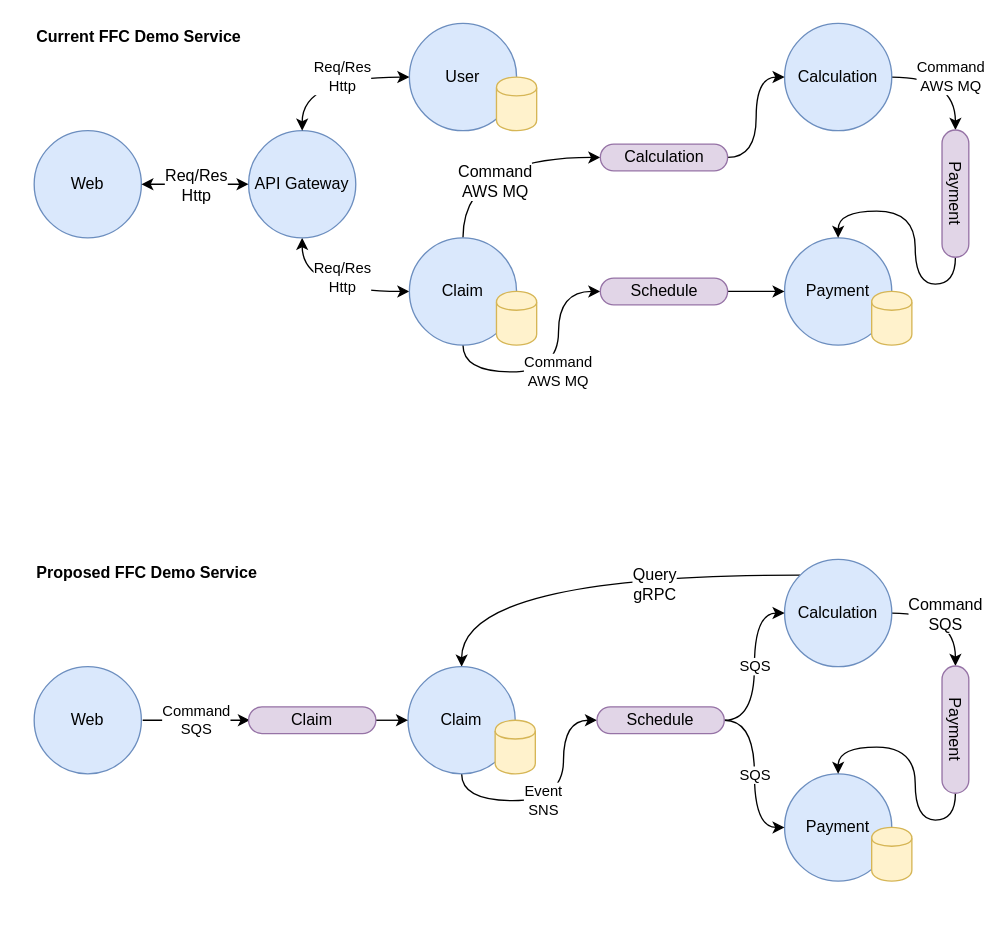
johnwatson484/diagrams keeps this draw.io diagram as FFC Demo Service.drawio. Above is the earlier version. Source tidied: cells renumbered, new cells numbered last; positions are measured from the earlier drawing's top-left corner, leaving out a move shared by most shapes. Both pictures are drawn from the tidied source at 134%, with x=0, y=0 at pixel (34, 23).
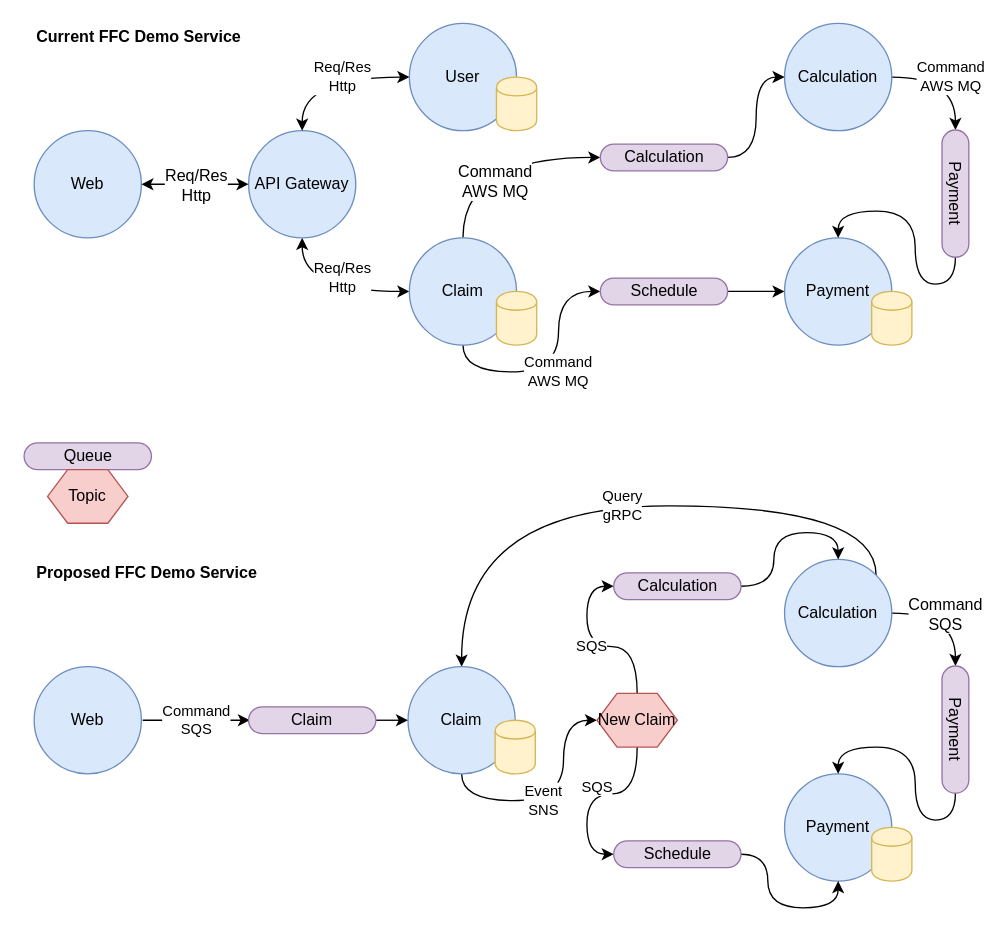
The same diagram, later.

The change refers to these unchanged cells:
```xml
<mxCell id="32" value="Calculation" style="ellipse;whiteSpace=wrap;html=1;fillColor=#dae8fc;strokeColor=#6c8ebf;" parent="1" vertex="1">
  <mxGeometry x="560" y="400" width="80" height="80" as="geometry" />
</mxCell>
<mxCell id="33" value="Payment" style="ellipse;whiteSpace=wrap;html=1;fillColor=#dae8fc;strokeColor=#6c8ebf;" parent="1" vertex="1">
  <mxGeometry x="560" y="560" width="80" height="80" as="geometry" />
</mxCell>
<mxCell id="35" value="Claim" style="ellipse;whiteSpace=wrap;html=1;fillColor=#dae8fc;strokeColor=#6c8ebf;" parent="1" vertex="1">
  <mxGeometry x="279" y="480" width="80" height="80" as="geometry" />
</mxCell>
```

Change to the diagram source:
```diff
@@
-    <mxCell id="30" style="edgeStyle=orthogonalEdgeStyle;curved=1;jumpStyle=arc;jettySize=auto;html=1;exitX=0;exitY=0;exitDx=0;exitDy=0;entryX=0.5;entryY=0;entryDx=0;entryDy=0;strokeColor=#000000;fontColor=#000000;" parent="1" edge="1" source="32" target="35">
-      <mxGeometry relative="1" as="geometry" />
-    </mxCell>
-    <mxCell id="31" value="Query&lt;br&gt;gRPC" style="text;html=1;align=center;verticalAlign=middle;labelBackgroundColor=#ffffff;fontColor=#000000;" parent="30" vertex="1">
-      <mxGeometry x="-0.32" y="7" relative="1" as="geometry" />
+    <mxCell id="31" value="Query&lt;br&gt;gRPC" style="edgeStyle=orthogonalEdgeStyle;curved=1;jettySize=auto;html=1;exitX=1;exitY=0;exitDx=0;exitDy=0;entryX=0.5;entryY=0;entryDx=0;entryDy=0;" parent="1" edge="1" source="32" target="35">
+      <mxGeometry relative="1" as="geometry">
+        <Array as="points">
+          <mxPoint x="628" y="360" />
+          <mxPoint x="319" y="360" />
+        </Array>
+      </mxGeometry>
     </mxCell>
@@
-    <mxCell id="34" value="Event&lt;br&gt;SNS" style="edgeStyle=orthogonalEdgeStyle;jumpStyle=arc;jettySize=auto;html=1;exitX=0.5;exitY=1;exitDx=0;exitDy=0;entryX=0;entryY=0.5;entryDx=0;entryDy=0;curved=1;" parent="1" edge="1" source="35" target="40">
+    <mxCell id="34" value="Event&lt;br&gt;SNS" style="edgeStyle=orthogonalEdgeStyle;jumpStyle=arc;jettySize=auto;html=1;exitX=0.5;exitY=1;exitDx=0;exitDy=0;entryX=0;entryY=0.5;entryDx=0;entryDy=0;curved=1;" parent="1" edge="1" source="35" target="48">
       <mxGeometry x="-0.1" relative="1" as="geometry">
         <Array as="points">
           <mxPoint x="319" y="580" />
           <mxPoint x="395" y="580" />
           <mxPoint x="395" y="520" />
         </Array>
       </mxGeometry>
     </mxCell>
@@
-    <mxCell id="38" value="SQS" style="edgeStyle=orthogonalEdgeStyle;jumpStyle=arc;jettySize=auto;html=1;exitX=1;exitY=0.5;exitDx=0;exitDy=0;curved=1;entryX=0;entryY=0.5;entryDx=0;entryDy=0;" parent="1" edge="1" source="40" target="33">
-      <mxGeometry relative="1" as="geometry" />
+    <mxCell id="38" value="SQS" style="edgeStyle=orthogonalEdgeStyle;jumpStyle=arc;jettySize=auto;html=1;exitX=0.5;exitY=1;exitDx=0;exitDy=0;curved=1;entryX=0;entryY=0.5;entryDx=0;entryDy=0;" parent="1" edge="1" source="48" target="40">
+      <mxGeometry x="-0.05" y="-5" relative="1" as="geometry" />
     </mxCell>
-    <mxCell id="39" value="SQS" style="edgeStyle=orthogonalEdgeStyle;curved=1;jumpStyle=arc;jettySize=auto;html=1;exitX=1;exitY=0.5;exitDx=0;exitDy=0;entryX=0;entryY=0.5;entryDx=0;entryDy=0;strokeColor=#000000;fontColor=#000000;" parent="1" edge="1" source="40" target="32">
+    <mxCell id="39" value="SQS" style="edgeStyle=orthogonalEdgeStyle;curved=1;jumpStyle=arc;jettySize=auto;html=1;exitX=0.5;exitY=0;exitDx=0;exitDy=0;entryX=0;entryY=0.5;entryDx=0;entryDy=0;strokeColor=#000000;fontColor=#000000;" parent="1" edge="1" source="48" target="51">
       <mxGeometry relative="1" as="geometry" />
     </mxCell>
+    <mxCell id="46" style="edgeStyle=orthogonalEdgeStyle;jettySize=auto;html=1;exitX=1;exitY=0.5;exitDx=0;exitDy=0;entryX=0.5;entryY=1;entryDx=0;entryDy=0;curved=1;" parent="1" edge="1" source="40" target="33">
+      <mxGeometry relative="1" as="geometry" />
+    </mxCell>
     <mxCell id="40" value="Schedule" style="rounded=1;whiteSpace=wrap;html=1;fillColor=#e1d5e7;strokeColor=#9673a6;arcSize=50;rotation=0;" parent="1" vertex="1">
-      <mxGeometry x="420" y="510" width="95" height="20" as="geometry" />
+      <mxGeometry x="432.5" y="610" width="95" height="20" as="geometry" />
     </mxCell>
@@
+    <mxCell id="47" value="Queue" style="rounded=1;whiteSpace=wrap;html=1;fillColor=#e1d5e7;strokeColor=#9673a6;arcSize=50;rotation=0;" parent="1" vertex="1">
+      <mxGeometry x="-7.5" y="313" width="95" height="20" as="geometry" />
+    </mxCell>
+    <mxCell id="48" value="New Claim" style="shape=hexagon;perimeter=hexagonPerimeter2;whiteSpace=wrap;html=1;fillColor=#f8cecc;strokeColor=#b85450;" parent="1" vertex="1">
+      <mxGeometry x="420" y="500" width="60" height="40" as="geometry" />
+    </mxCell>
+    <mxCell id="49" value="Topic" style="shape=hexagon;perimeter=hexagonPerimeter2;whiteSpace=wrap;html=1;fillColor=#f8cecc;strokeColor=#b85450;" parent="1" vertex="1">
+      <mxGeometry x="10" y="333" width="60" height="40" as="geometry" />
+    </mxCell>
+    <mxCell id="50" style="edgeStyle=orthogonalEdgeStyle;curved=1;jettySize=auto;html=1;exitX=1;exitY=0.5;exitDx=0;exitDy=0;" parent="1" edge="1" source="51">
+      <mxGeometry relative="1" as="geometry">
+        <mxPoint x="600" y="400" as="targetPoint" />
+        <Array as="points">
+          <mxPoint x="552" y="380" />
+          <mxPoint x="600" y="380" />
+        </Array>
+      </mxGeometry>
+    </mxCell>
+    <mxCell id="51" value="Calculation" style="rounded=1;whiteSpace=wrap;html=1;fillColor=#e1d5e7;strokeColor=#9673a6;arcSize=50;rotation=0;" parent="1" vertex="1">
+      <mxGeometry x="432.5" y="410" width="95" height="20" as="geometry" />
+    </mxCell>
```
